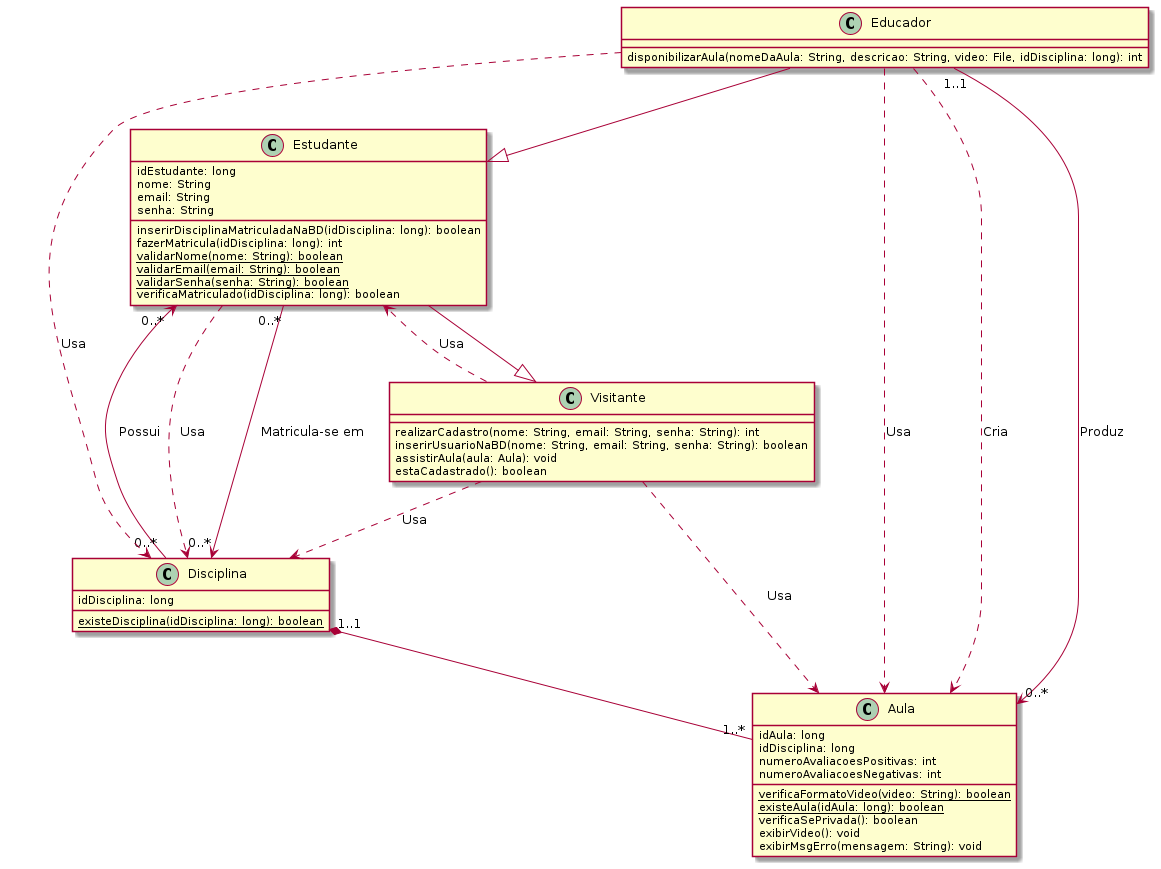
Above: diagrama_classes/out/diag_classes/diagrama_classes.png in lucasg-mm/ensinet (PlantUML), before the change.
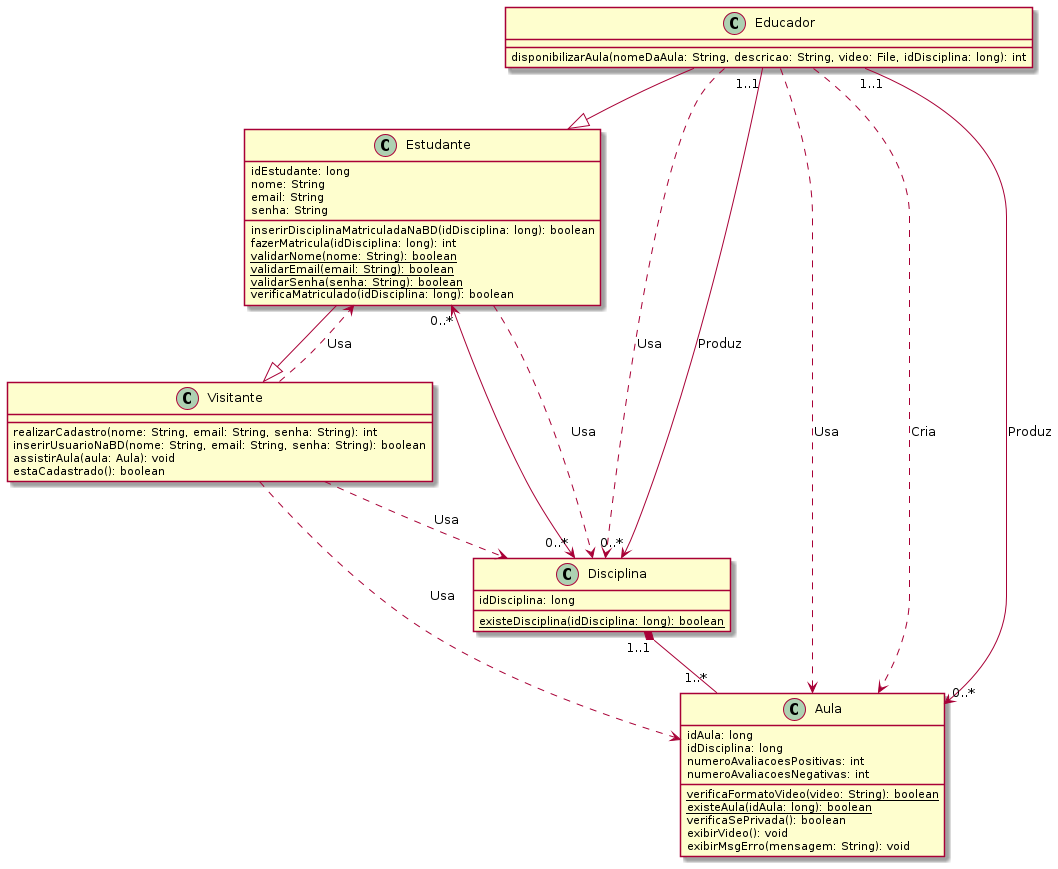
After the commit.

Commit message:
Atualiza diagrama

Change to the diagram source:
```diff
@@ -52,8 +52,8 @@
 Visitante..>Disciplina: Usa
 
 Disciplina"1..1"*--"1..*"Aula
-Disciplina"0..*"-right->"0..*"Estudante: Possui
-Estudante"0..*"-right->"0..*"Disciplina: Matricula-se em
+Disciplina"0..*"<-right->"0..*"Estudante
 Educador"1..1"-right->"0..*"Aula: Produz
+Educador"1..1"-right->"0..*"Disciplina: Produz
 
 @enduml
```
